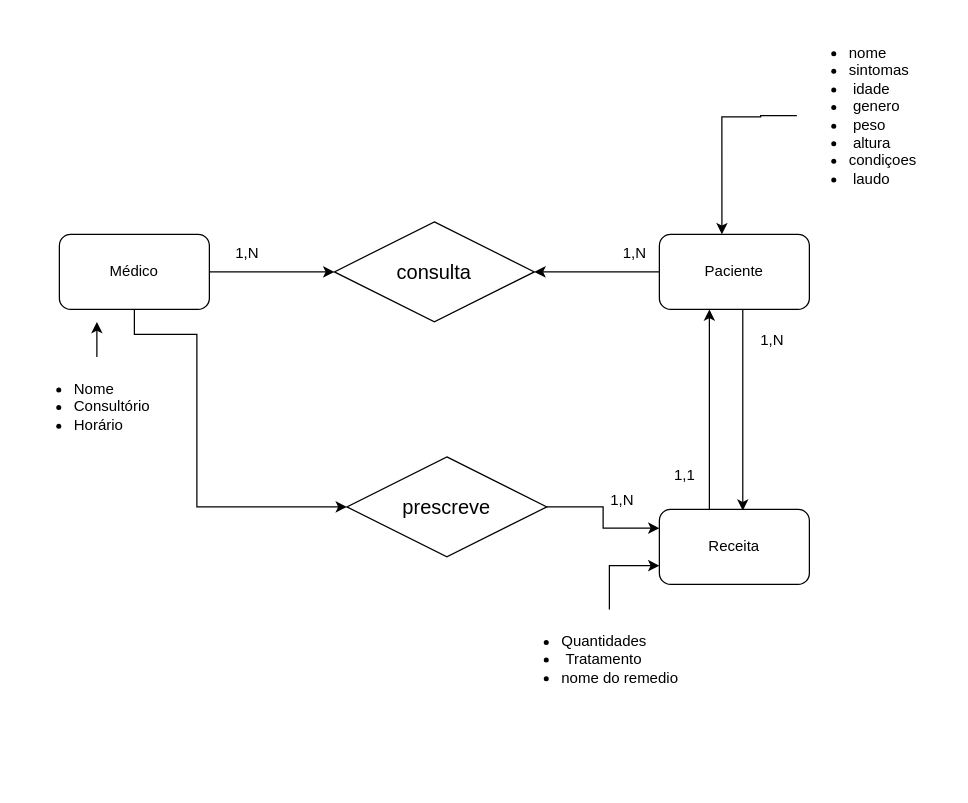
Earlier version of the draw.io diagram Atividade-27-11/diagrama_3.drawio (Lduarte123/Disciplina-de-Banco-de-dados). Source tidied: cells renumbered, new cells numbered last; positions are measured from the earlier drawing's top-left corner, leaving out a move shared by most shapes. Both pictures are drawn from the tidied source at 125%, with x=0, y=0 at pixel (21, 21).
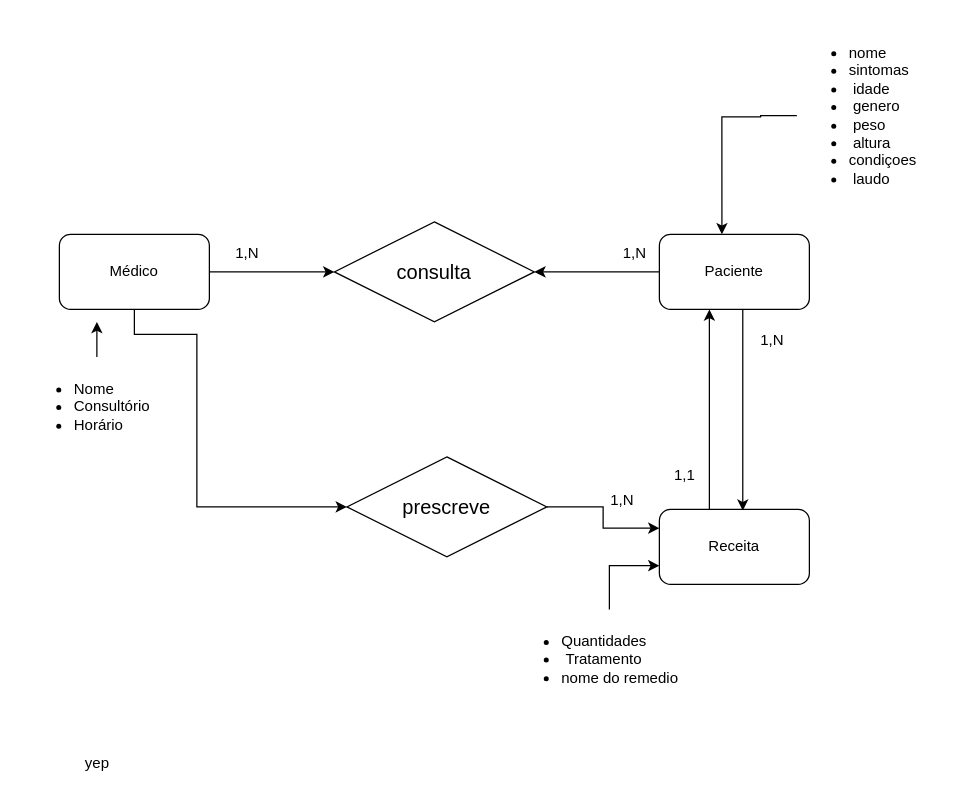
After the change.

Commit message:
:construction: diagrama 3

The edit, as a diff of the source:
```diff
@@
+    <mxCell id="24" value="yep" style="text;html=1;align=center;verticalAlign=middle;strokeColor=none;fillColor=none;" parent="1" vertex="1">
+      <mxGeometry x="40" y="578" width="40" height="30" as="geometry" />
+    </mxCell>
```
